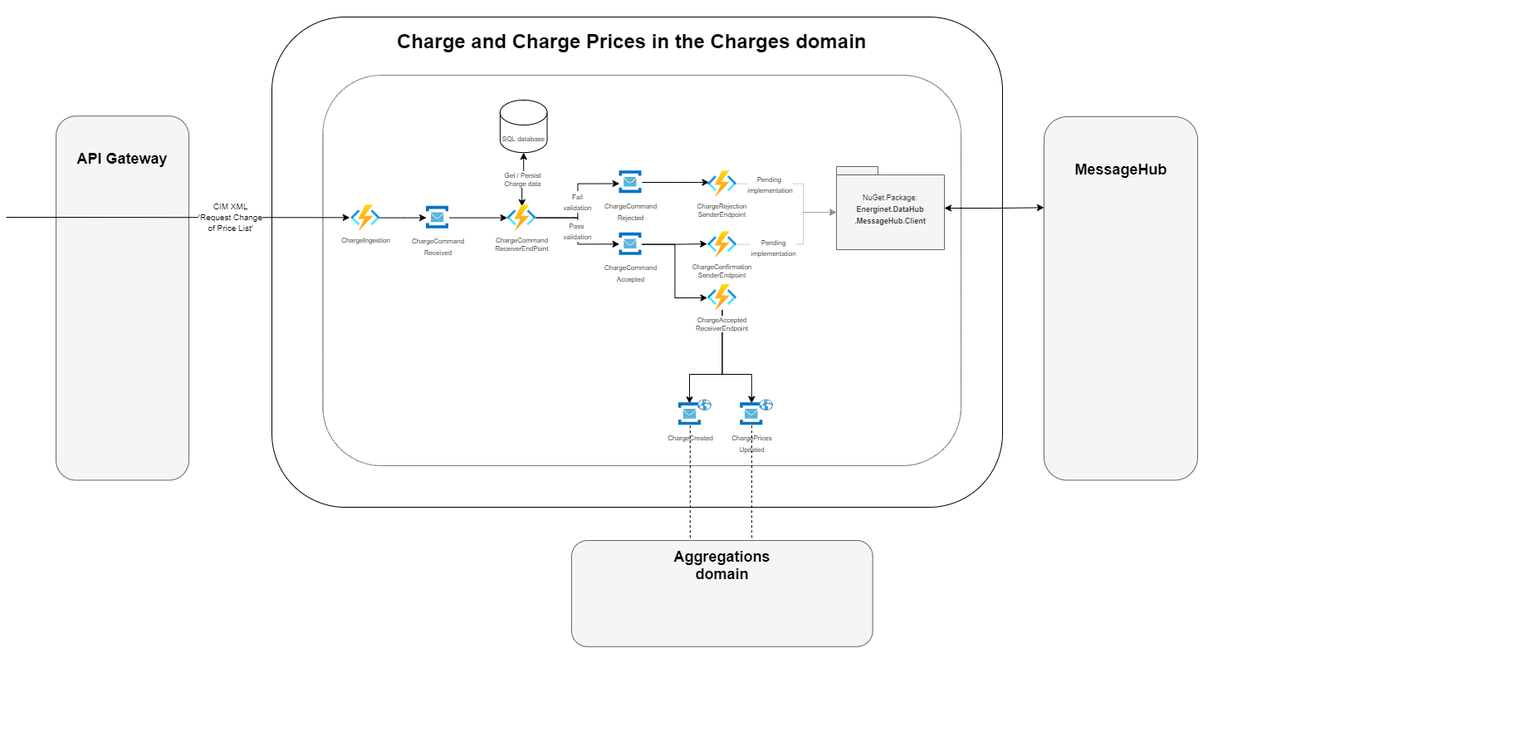
This is ARCHITECTURE-ChargeAndChargePrices.png from Energinet-DataHub/ARCHIVED-geh-charges, a draw.io export, as it was before one commit. Source tidied: cells renumbered, new cells last; positions are measured from the earlier drawing's top-left corner, leaving out a move shared by most shapes.
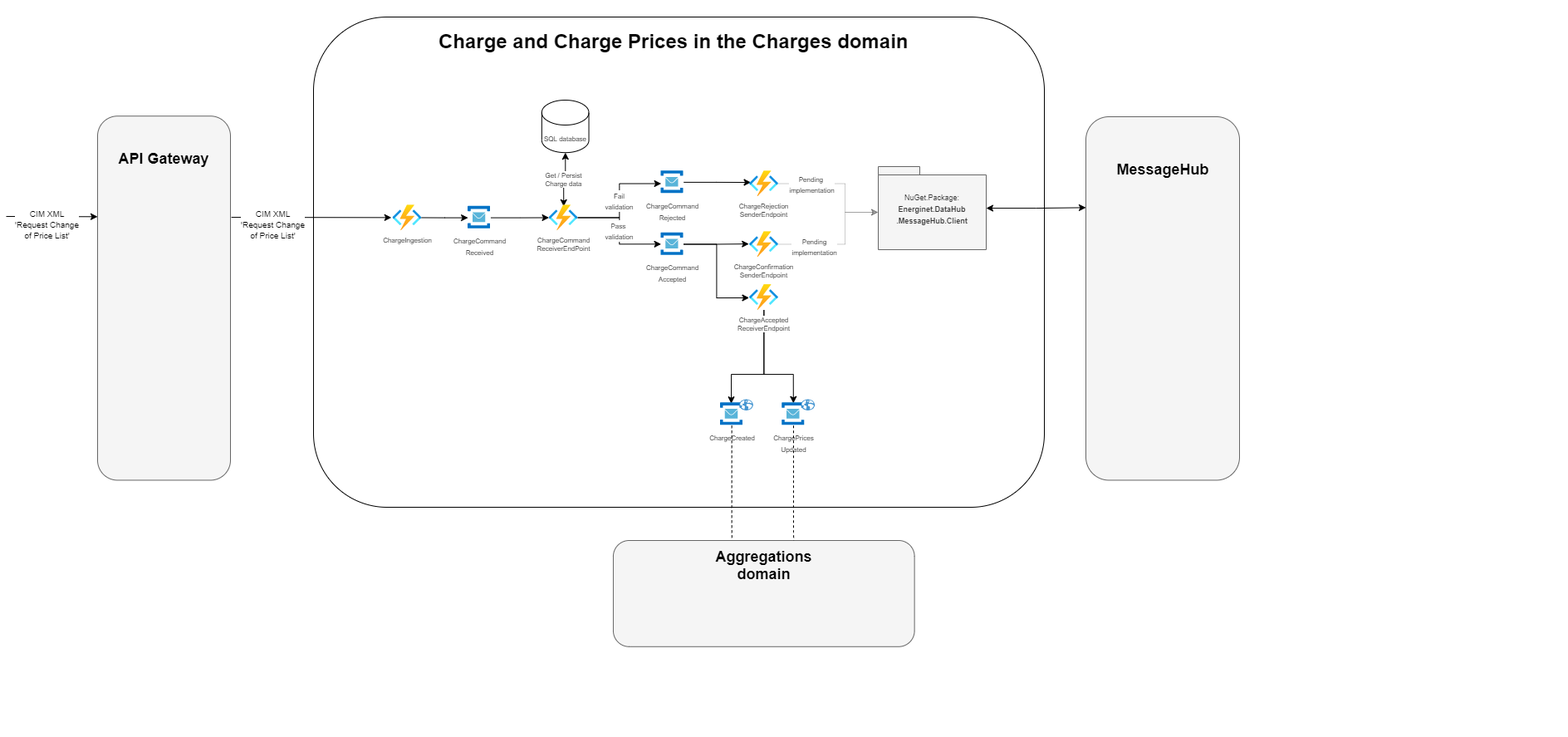
Later version of the same file.

Change to the diagram source:
```diff
@@ -11,9 +11,6 @@
     <mxCell id="4" value="&lt;h1&gt;Charge and Charge Prices in the Charges domain&lt;br&gt;&lt;/h1&gt;" style="text;html=1;strokeColor=none;fillColor=none;spacing=5;spacingTop=-20;whiteSpace=wrap;overflow=hidden;rounded=0;dashed=1;" parent="2" vertex="1">
       <mxGeometry x="-464.3" y="30" width="600" height="36.5" as="geometry" />
     </mxCell>
-    <mxCell id="5" style="rounded=1;whiteSpace=wrap;html=1;dashed=1;dashPattern=1 1;align=center;" parent="2" vertex="1">
-      <mxGeometry x="-548.6" y="90" width="768.6" height="470" as="geometry" />
-    </mxCell>
     <mxCell id="6" style="edgeStyle=orthogonalEdgeStyle;rounded=0;jettySize=auto;html=1;fontSize=9;startArrow=classic;startFill=1;endArrow=none;endFill=0;" parent="2" edge="1" source="8" target="9">
       <mxGeometry relative="1" as="geometry" />
     </mxCell>
@@ -149,10 +146,8 @@
     <mxCell id="40" value="&lt;b&gt;&lt;font style=&quot;font-size: 18px&quot;&gt;API Gateway&lt;/font&gt;&lt;/b&gt;" style="text;html=1;strokeColor=none;fillColor=none;align=center;verticalAlign=middle;whiteSpace=wrap;rounded=0;" parent="1" vertex="1">
       <mxGeometry x="65" y="180" width="150" height="22.6" as="geometry" />
     </mxCell>
-    <mxCell id="41" value="&lt;span style=&quot;font-size: x-small&quot;&gt;CIM XML&lt;/span&gt;&lt;br style=&quot;font-size: x-small&quot;&gt;&lt;span style=&quot;font-size: x-small&quot;&gt;'Request Change&lt;/span&gt;&lt;br style=&quot;font-size: x-small&quot;&gt;&lt;span style=&quot;font-size: x-small&quot;&gt;of Price List'&lt;/span&gt;" style="endArrow=classic;html=1;entryX=-0.048;entryY=0.494;entryDx=0;entryDy=0;entryPerimeter=0;" parent="1" edge="1" target="9">
-      <mxGeometry x="0.31" relative="1" as="geometry">
-        <mxPoint y="261" as="sourcePoint" />
-      </mxGeometry>
+    <mxCell id="41" value="&lt;span style=&quot;font-size: x-small&quot;&gt;CIM XML&lt;/span&gt;&lt;br style=&quot;font-size: x-small&quot;&gt;&lt;span style=&quot;font-size: x-small&quot;&gt;'Request Change&lt;/span&gt;&lt;br style=&quot;font-size: x-small&quot;&gt;&lt;span style=&quot;font-size: x-small&quot;&gt;of Price List'&lt;/span&gt;" style="endArrow=classic;html=1;entryX=-0.048;entryY=0.494;entryDx=0;entryDy=0;entryPerimeter=0;exitX=1.007;exitY=0.278;exitDx=0;exitDy=0;exitPerimeter=0;" parent="1" edge="1" source="39" target="9">
+      <mxGeometry x="-0.49" y="-9" relative="1" as="geometry" />
     </mxCell>
     <mxCell id="42" style="group;" parent="1" vertex="1">
       <mxGeometry x="1250" y="140" width="185" height="437.4" as="geometry" />
@@ -166,5 +161,11 @@
     <mxCell id="45" style="edgeStyle=orthogonalEdgeStyle;rounded=0;jettySize=auto;html=1;startArrow=classic;startFill=1;endArrow=classic;endFill=1;strokeColor=#000000;entryX=0;entryY=0.25;entryDx=0;entryDy=0;" parent="1" edge="1" source="31" target="43">
       <mxGeometry relative="1" as="geometry" />
     </mxCell>
+    <mxCell id="46" value="&lt;span style=&quot;font-size: x-small&quot;&gt;CIM XML&lt;/span&gt;&lt;br style=&quot;font-size: x-small&quot;&gt;&lt;span style=&quot;font-size: x-small&quot;&gt;'Request Change&lt;/span&gt;&lt;br style=&quot;font-size: x-small&quot;&gt;&lt;span style=&quot;font-size: x-small&quot;&gt;of Price List'&lt;/span&gt;" style="endArrow=classic;html=1;entryX=-0.048;entryY=0.494;entryDx=0;entryDy=0;entryPerimeter=0;" parent="1" edge="1">
+      <mxGeometry x="-0.11" y="-10" relative="1" as="geometry">
+        <mxPoint x="-50" y="260" as="sourcePoint" />
+        <mxPoint x="60" y="260.3" as="targetPoint" />
+      </mxGeometry>
+    </mxCell>
   </root>
 </mxGraphModel>
```
